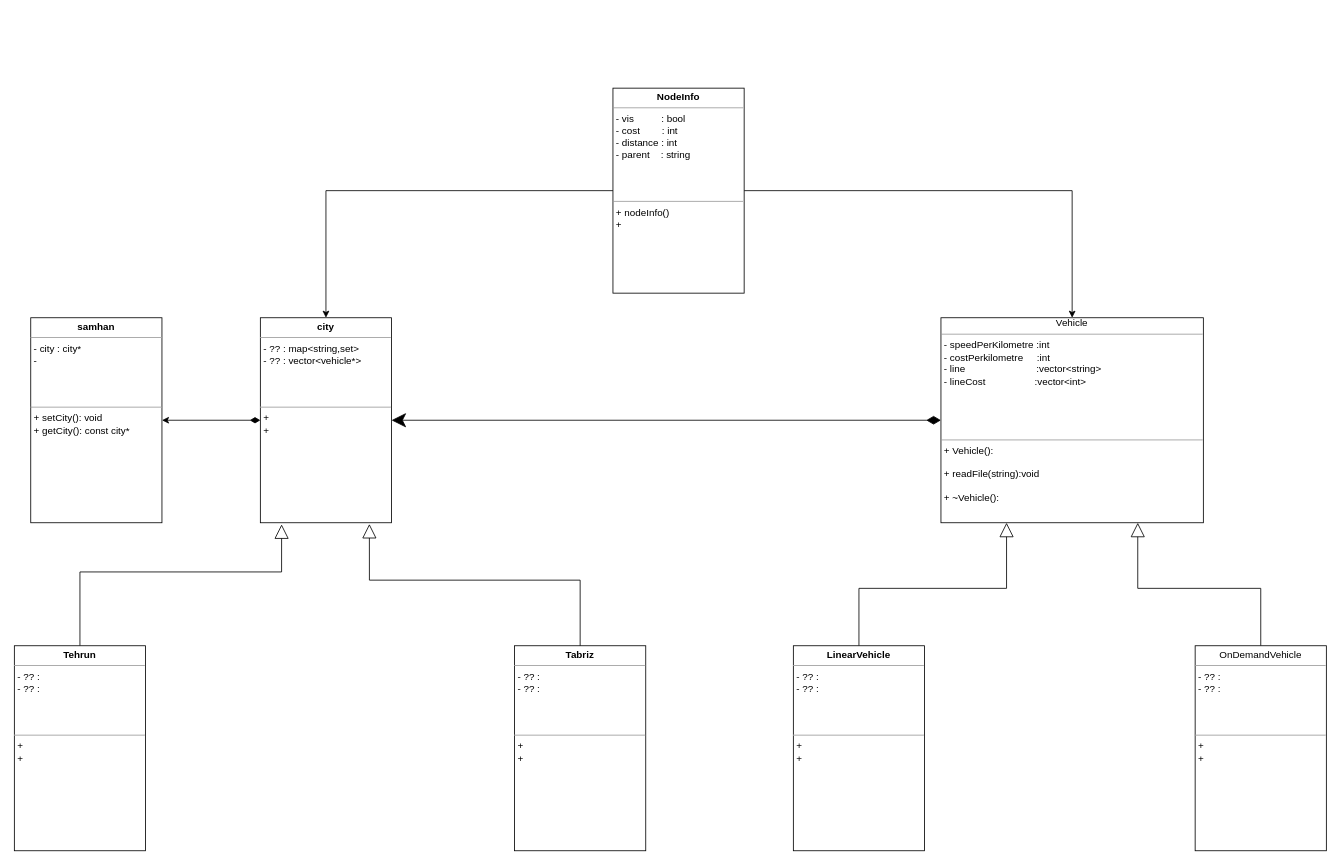
Before: projectDocs/uml.drawio in DKeshavarz/DataStructureProject, a draw.io diagram. Source tidied: cells renumbered, new cells numbered last; positions are measured from the earlier drawing's top-left corner, leaving out a move shared by most shapes. Both pictures are drawn from the tidied source at 82%, with x=0, y=0 at pixel (14, 88).
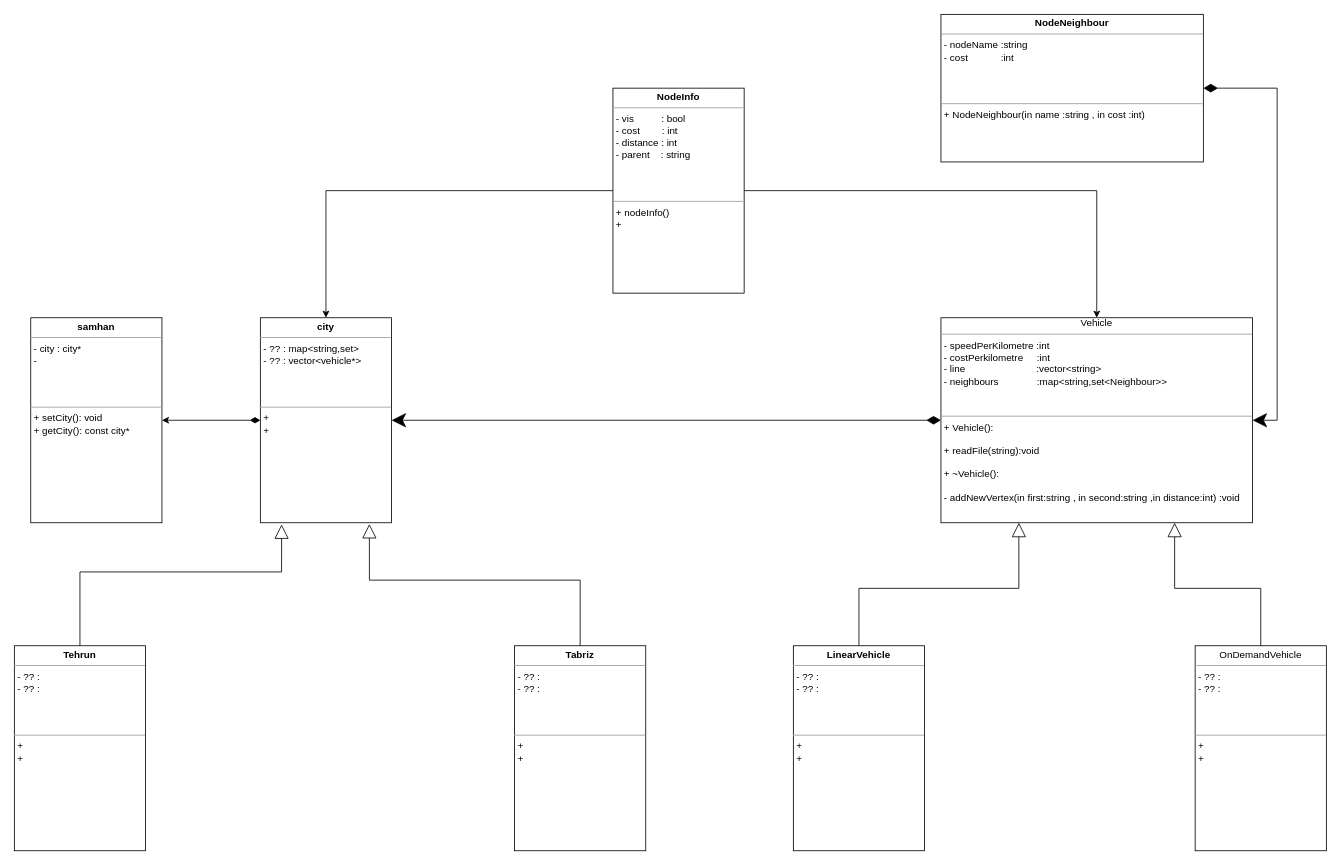
The same diagram, later.

Commit message (it also covers changes not shown here):
update class uml , changes in vehicle

Diff of the diagram source:
```diff
@@
-    <mxCell id="10" value="&lt;div align=&quot;center&quot;&gt;Vehicle&lt;br&gt;&lt;/div&gt;&lt;p style=&quot;margin:0px;margin-top:4px;text-align:center;&quot;&gt;&lt;/p&gt;&lt;hr size=&quot;1&quot;&gt;&lt;p style=&quot;margin:0px;margin-left:4px;&quot;&gt;- speedPerKilometre :int&lt;br&gt;&lt;/p&gt;&lt;p style=&quot;margin:0px;margin-left:4px;&quot;&gt;- costPerkilometre&amp;nbsp; &amp;nbsp;&amp;nbsp; :int &amp;nbsp;&amp;nbsp;&amp;nbsp;&amp;nbsp;&amp;nbsp;&amp;nbsp;&amp;nbsp;&amp;nbsp;&amp;nbsp;&amp;nbsp;&amp;nbsp;&amp;nbsp; &lt;br&gt;&lt;/p&gt;&lt;p style=&quot;margin:0px;margin-left:4px;&quot;&gt;- line&amp;nbsp;&amp;nbsp;&amp;nbsp;&amp;nbsp;&amp;nbsp;&amp;nbsp;&amp;nbsp;&amp;nbsp;&amp;nbsp;&amp;nbsp;&amp;nbsp;&amp;nbsp;&amp;nbsp;&amp;nbsp;&amp;nbsp;&amp;nbsp;&amp;nbsp;&amp;nbsp;&amp;nbsp;&amp;nbsp;&amp;nbsp;&amp;nbsp;&amp;nbsp;&amp;nbsp;&amp;nbsp; :vector&amp;lt;string&amp;gt;&lt;/p&gt;&lt;p style=&quot;margin:0px;margin-left:4px;&quot;&gt;- lineCost&amp;nbsp;&amp;nbsp;&amp;nbsp;&amp;nbsp;&amp;nbsp;&amp;nbsp;&amp;nbsp;&amp;nbsp;&amp;nbsp;&amp;nbsp;&amp;nbsp;&amp;nbsp;&amp;nbsp;&amp;nbsp;&amp;nbsp;&amp;nbsp;&amp;nbsp; :vector&amp;lt;int&amp;gt;&amp;nbsp; &lt;br&gt;&lt;/p&gt;&lt;p style=&quot;margin:0px;margin-left:4px;&quot;&gt;&lt;br&gt;&lt;/p&gt;&lt;p style=&quot;margin:0px;margin-left:4px;&quot;&gt;&lt;br&gt;&lt;/p&gt;&lt;p style=&quot;margin:0px;margin-left:4px;&quot;&gt;&lt;br&gt;&lt;/p&gt;&lt;p style=&quot;margin:0px;margin-left:4px;&quot;&gt;&lt;br&gt;&lt;/p&gt;&lt;hr size=&quot;1&quot;&gt;&lt;p style=&quot;margin:0px;margin-left:4px;&quot;&gt;+ Vehicle():&lt;/p&gt;&lt;p style=&quot;margin:0px;margin-left:4px;&quot;&gt;&lt;br&gt;&lt;/p&gt;&lt;p style=&quot;margin:0px;margin-left:4px;&quot;&gt;+ readFile(string):void&lt;/p&gt;&lt;p style=&quot;margin:0px;margin-left:4px;&quot;&gt;&lt;br&gt;&lt;/p&gt;&lt;p style=&quot;margin:0px;margin-left:4px;&quot;&gt;+ ~Vehicle():&lt;/p&gt;&lt;p style=&quot;margin:0px;margin-left:4px;&quot;&gt;&lt;br&gt;&lt;/p&gt;" style="verticalAlign=top;align=left;overflow=fill;fontSize=12;fontFamily=Helvetica;html=1;whiteSpace=wrap;" parent="1" vertex="1">
-      <mxGeometry x="1130" y="280" width="320" height="250" as="geometry" />
+    <mxCell id="10" value="&lt;div align=&quot;center&quot;&gt;Vehicle&lt;br&gt;&lt;/div&gt;&lt;p style=&quot;margin:0px;margin-top:4px;text-align:center;&quot;&gt;&lt;/p&gt;&lt;hr size=&quot;1&quot;&gt;&lt;p style=&quot;margin:0px;margin-left:4px;&quot;&gt;- speedPerKilometre :int&lt;br&gt;&lt;/p&gt;&lt;p style=&quot;margin:0px;margin-left:4px;&quot;&gt;- costPerkilometre&amp;nbsp; &amp;nbsp;&amp;nbsp; :int &amp;nbsp;&amp;nbsp;&amp;nbsp;&amp;nbsp;&amp;nbsp;&amp;nbsp;&amp;nbsp;&amp;nbsp;&amp;nbsp;&amp;nbsp;&amp;nbsp;&amp;nbsp; &lt;br&gt;&lt;/p&gt;&lt;p style=&quot;margin:0px;margin-left:4px;&quot;&gt;- line&amp;nbsp;&amp;nbsp;&amp;nbsp;&amp;nbsp;&amp;nbsp;&amp;nbsp;&amp;nbsp;&amp;nbsp;&amp;nbsp;&amp;nbsp;&amp;nbsp;&amp;nbsp;&amp;nbsp;&amp;nbsp;&amp;nbsp;&amp;nbsp;&amp;nbsp;&amp;nbsp;&amp;nbsp;&amp;nbsp;&amp;nbsp;&amp;nbsp;&amp;nbsp;&amp;nbsp;&amp;nbsp; :vector&amp;lt;string&amp;gt;&lt;/p&gt;&lt;p style=&quot;margin:0px;margin-left:4px;&quot;&gt;- neighbours&amp;nbsp;&amp;nbsp;&amp;nbsp;&amp;nbsp;&amp;nbsp;&amp;nbsp;&amp;nbsp;&amp;nbsp;&amp;nbsp;&amp;nbsp;&amp;nbsp;&amp;nbsp;&amp;nbsp; :map&amp;lt;string,set&amp;lt;Neighbour&amp;gt;&amp;gt;&lt;br&gt;&lt;/p&gt;&lt;p style=&quot;margin:0px;margin-left:4px;&quot;&gt;&lt;br&gt;&lt;/p&gt;&lt;p style=&quot;margin:0px;margin-left:4px;&quot;&gt;&lt;br&gt;&lt;/p&gt;&lt;hr size=&quot;1&quot;&gt;&lt;p style=&quot;margin:0px;margin-left:4px;&quot;&gt;+ Vehicle():&lt;/p&gt;&lt;p style=&quot;margin:0px;margin-left:4px;&quot;&gt;&lt;br&gt;&lt;/p&gt;&lt;p style=&quot;margin:0px;margin-left:4px;&quot;&gt;+ readFile(string):void&lt;/p&gt;&lt;p style=&quot;margin:0px;margin-left:4px;&quot;&gt;&lt;br&gt;&lt;/p&gt;&lt;p style=&quot;margin:0px;margin-left:4px;&quot;&gt;+ ~Vehicle():&lt;/p&gt;&lt;p style=&quot;margin:0px;margin-left:4px;&quot;&gt;&lt;br&gt;&lt;/p&gt;&lt;p style=&quot;margin:0px;margin-left:4px;&quot;&gt;- addNewVertex(in first:string , in second:string ,in distance:int) :void &lt;/p&gt;" style="verticalAlign=top;align=left;overflow=fill;fontSize=12;fontFamily=Helvetica;html=1;whiteSpace=wrap;" parent="1" vertex="1">
+      <mxGeometry x="1130" y="280" width="380" height="250" as="geometry" />
     </mxCell>
@@
+    <mxCell id="18" style="edgeStyle=orthogonalEdgeStyle;rounded=0;jettySize=auto;html=1;exitX=1;exitY=0.5;exitDx=0;exitDy=0;entryX=1;entryY=0.5;entryDx=0;entryDy=0;startArrow=diamondThin;startFill=1;endSize=15;startSize=15;" parent="1" edge="1" source="19" target="10">
+      <mxGeometry relative="1" as="geometry" />
+    </mxCell>
+    <mxCell id="19" value="&lt;p style=&quot;margin:0px;margin-top:4px;text-align:center;&quot;&gt;&lt;b&gt;NodeNeighbour&lt;/b&gt;&lt;br&gt;&lt;/p&gt;&lt;hr size=&quot;1&quot;&gt;&lt;p style=&quot;margin:0px;margin-left:4px;&quot;&gt;- nodeName :string &lt;/p&gt;&lt;p style=&quot;margin:0px;margin-left:4px;&quot;&gt;- cost&amp;nbsp;&amp;nbsp;&amp;nbsp;&amp;nbsp;&amp;nbsp;&amp;nbsp;&amp;nbsp;&amp;nbsp;&amp;nbsp;&amp;nbsp;&amp;nbsp; :int&lt;br&gt;&lt;/p&gt;&lt;p style=&quot;margin:0px;margin-left:4px;&quot;&gt;&lt;br&gt;&lt;/p&gt;&lt;p style=&quot;margin:0px;margin-left:4px;&quot;&gt;&lt;br&gt;&lt;/p&gt;&lt;p style=&quot;margin:0px;margin-left:4px;&quot;&gt;&lt;br&gt;&lt;/p&gt;&lt;hr size=&quot;1&quot;&gt;&lt;p style=&quot;margin:0px;margin-left:4px;&quot;&gt;+ NodeNeighbour(in name :string , in cost :int)&lt;br&gt;&lt;/p&gt;&lt;p style=&quot;margin:0px;margin-left:4px;&quot;&gt;&lt;br&gt;&lt;/p&gt;&lt;p style=&quot;margin:0px;margin-left:4px;&quot;&gt;&lt;br&gt;&lt;/p&gt;" style="verticalAlign=top;align=left;overflow=fill;fontSize=12;fontFamily=Helvetica;html=1;whiteSpace=wrap;" parent="1" vertex="1">
+      <mxGeometry x="1130" y="-90" width="320" height="180" as="geometry" />
+    </mxCell>
```
